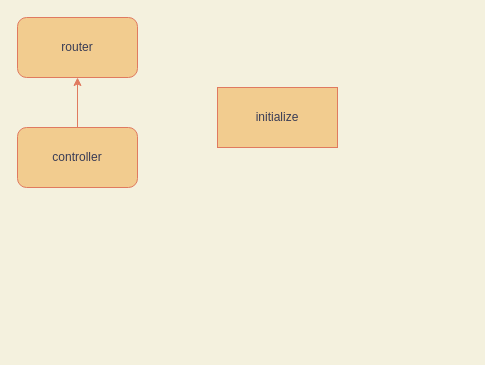
The draw.io diagram page "objs-struct" (2 of 2) of ml-mate.dio in GingerNg/trainmate, before the edit. Source tidied: cells renumbered, new cells numbered last; positions are measured from the earlier drawing's top-left corner, leaving out a move shared by most shapes. Both pictures are drawn from the tidied source at 100%, with x=0, y=0 at pixel (17, 17).
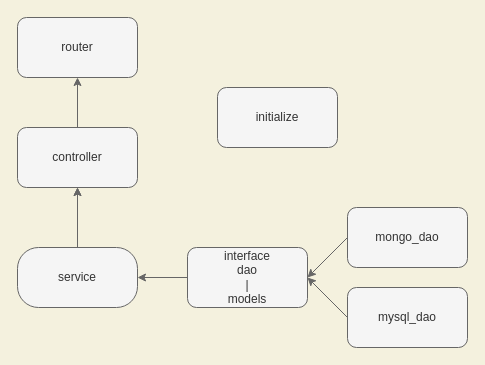
Above is the later version.

The edit, as a diff of the source:
```diff
@@
 <mxGraphModel background="#F4F1DE">
   <root>
     <mxCell id="0" />
     <mxCell id="1" parent="0" />
-    <mxCell id="2" value="router" style="rounded=1;whiteSpace=wrap;html=1;sketch=0;fontColor=#393C56;strokeColor=#E07A5F;fillColor=#F2CC8F;" parent="1" vertex="1">
+    <mxCell id="2" value="router" style="whiteSpace=wrap;html=1;fontColor=#333333;strokeColor=#666666;fillColor=#f5f5f5;rounded=1;" parent="1" vertex="1">
       <mxGeometry width="120" height="60" as="geometry" />
     </mxCell>
-    <mxCell id="3" style="edgeStyle=orthogonalEdgeStyle;curved=0;rounded=1;sketch=0;jettySize=auto;html=1;exitX=0.5;exitY=0;exitDx=0;exitDy=0;fontColor=#393C56;strokeColor=#E07A5F;fillColor=#F2CC8F;" parent="1" edge="1" source="4" target="2">
+    <mxCell id="3" style="edgeStyle=orthogonalEdgeStyle;jettySize=auto;html=1;exitX=0.5;exitY=0;exitDx=0;exitDy=0;fontColor=#393C56;strokeColor=#666666;fillColor=#f5f5f5;" parent="1" edge="1" source="4" target="2">
       <mxGeometry relative="1" as="geometry" />
     </mxCell>
-    <mxCell id="4" value="controller" style="rounded=1;whiteSpace=wrap;html=1;sketch=0;fontColor=#393C56;strokeColor=#E07A5F;fillColor=#F2CC8F;" parent="1" vertex="1">
+    <mxCell id="4" value="controller" style="whiteSpace=wrap;html=1;fontColor=#333333;strokeColor=#666666;fillColor=#f5f5f5;rounded=1;" parent="1" vertex="1">
       <mxGeometry y="110" width="120" height="60" as="geometry" />
     </mxCell>
-    <mxCell id="5" value="initialize" style="rounded=0;whiteSpace=wrap;html=1;sketch=0;fontColor=#393C56;strokeColor=#E07A5F;fillColor=#F2CC8F;" parent="1" vertex="1">
+    <mxCell id="5" value="initialize" style="whiteSpace=wrap;html=1;fontColor=#333333;strokeColor=#666666;fillColor=#f5f5f5;rounded=1;" parent="1" vertex="1">
       <mxGeometry x="200" y="70" width="120" height="60" as="geometry" />
     </mxCell>
+    <mxCell id="6" style="edgeStyle=none;html=1;exitX=0.5;exitY=0;exitDx=0;exitDy=0;entryX=0.5;entryY=1;entryDx=0;entryDy=0;fillColor=#f5f5f5;strokeColor=#666666;" parent="1" edge="1" source="8" target="4">
+      <mxGeometry relative="1" as="geometry" />
+    </mxCell>
+    <mxCell id="7" style="edgeStyle=none;html=1;exitX=0.5;exitY=0;exitDx=0;exitDy=0;fillColor=#f5f5f5;strokeColor=#666666;" parent="1" edge="1" source="8">
+      <mxGeometry relative="1" as="geometry">
+        <mxPoint x="60" y="170" as="targetPoint" />
+      </mxGeometry>
+    </mxCell>
+    <mxCell id="8" value="service" style="whiteSpace=wrap;html=1;fontColor=#333333;strokeColor=#666666;fillColor=#f5f5f5;arcSize=35;rounded=1;" parent="1" vertex="1">
+      <mxGeometry y="230" width="120" height="60" as="geometry" />
+    </mxCell>
+    <mxCell id="9" style="edgeStyle=none;html=1;exitX=0;exitY=0.5;exitDx=0;exitDy=0;entryX=1;entryY=0.5;entryDx=0;entryDy=0;fillColor=#f5f5f5;strokeColor=#666666;" parent="1" edge="1" source="10" target="8">
+      <mxGeometry relative="1" as="geometry" />
+    </mxCell>
+    <mxCell id="10" value="interface&lt;br&gt;dao&lt;br&gt;|&lt;br&gt;models" style="rounded=1;whiteSpace=wrap;html=1;fillColor=#f5f5f5;strokeColor=#666666;fontColor=#333333;" parent="1" vertex="1">
+      <mxGeometry x="170" y="230" width="120" height="60" as="geometry" />
+    </mxCell>
+    <mxCell id="11" style="edgeStyle=none;html=1;exitX=0;exitY=0.5;exitDx=0;exitDy=0;entryX=1;entryY=0.5;entryDx=0;entryDy=0;fillColor=#f5f5f5;strokeColor=#666666;" parent="1" edge="1" source="12" target="10">
+      <mxGeometry relative="1" as="geometry" />
+    </mxCell>
+    <mxCell id="12" value="mongo_dao" style="rounded=1;whiteSpace=wrap;html=1;fillColor=#f5f5f5;strokeColor=#666666;fontColor=#333333;" parent="1" vertex="1">
+      <mxGeometry x="330" y="190" width="120" height="60" as="geometry" />
+    </mxCell>
+    <mxCell id="13" style="edgeStyle=none;html=1;exitX=0;exitY=0.5;exitDx=0;exitDy=0;fillColor=#f5f5f5;strokeColor=#666666;" parent="1" edge="1" source="14">
+      <mxGeometry relative="1" as="geometry">
+        <mxPoint x="290" y="260" as="targetPoint" />
+      </mxGeometry>
+    </mxCell>
+    <mxCell id="14" value="mysql_dao" style="rounded=1;whiteSpace=wrap;html=1;fillColor=#f5f5f5;strokeColor=#666666;fontColor=#333333;" parent="1" vertex="1">
+      <mxGeometry x="330" y="270" width="120" height="60" as="geometry" />
+    </mxCell>
   </root>
 </mxGraphModel>
```
